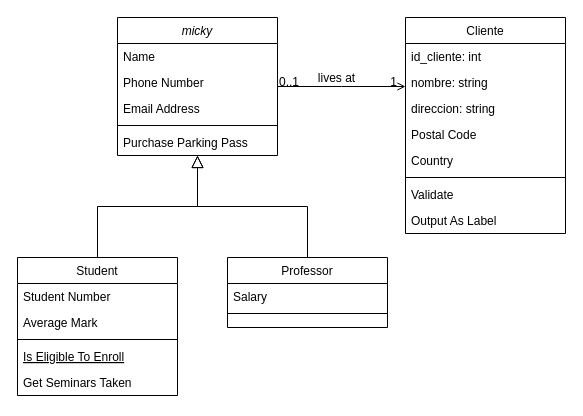
The draw.io diagram Documents/Diagrama sin título.drawio in KevinAlvarezD/RestAdmin, before the edit. Source tidied: cells renumbered, new cells numbered last; positions are measured from the earlier drawing's top-left corner, leaving out a move shared by most shapes. Both pictures are drawn from the tidied source at 100%, with x=0, y=0 at pixel (17, 17).
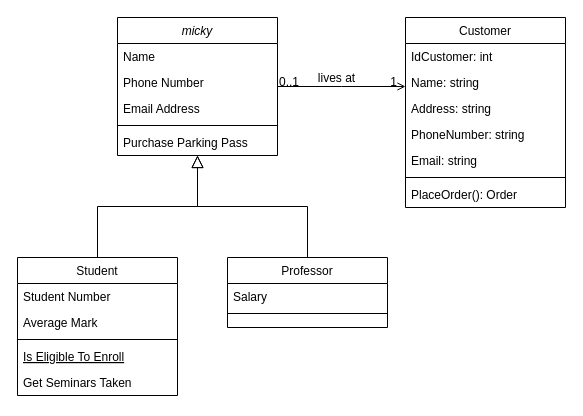
The same diagram, later.

What changed in the source:
```diff
@@
-    <mxCell id="19" value="Cliente&#10;" style="swimlane;fontStyle=0;align=center;verticalAlign=top;horizontal=1;startSize=26;rounded=0;shadow=0;strokeWidth=1;" parent="1" vertex="1">
-      <mxGeometry x="388" width="160" height="216" as="geometry" />
+    <mxCell id="19" value="Customer" style="swimlane;fontStyle=0;align=center;verticalAlign=top;horizontal=1;startSize=26;rounded=0;shadow=0;strokeWidth=1;" parent="1" vertex="1">
+      <mxGeometry x="388" width="160" height="190" as="geometry" />
     </mxCell>
-    <mxCell id="20" value="id_cliente: int" style="text;align=left;verticalAlign=top;spacingLeft=4;spacingRight=4;overflow=hidden;" parent="19" vertex="1">
+    <mxCell id="20" value="IdCustomer: int" style="text;align=left;verticalAlign=top;spacingLeft=4;spacingRight=4;overflow=hidden;" parent="19" vertex="1">
       <mxGeometry y="26" width="160" height="26" as="geometry" />
     </mxCell>
-    <mxCell id="21" value="nombre: string" style="text;align=left;verticalAlign=top;spacingLeft=4;spacingRight=4;overflow=hidden;rounded=0;shadow=0;html=0;" parent="19" vertex="1">
+    <mxCell id="21" value="Name: string" style="text;align=left;verticalAlign=top;spacingLeft=4;spacingRight=4;overflow=hidden;rounded=0;shadow=0;html=0;" parent="19" vertex="1">
       <mxGeometry y="52" width="160" height="26" as="geometry" />
     </mxCell>
-    <mxCell id="22" value="direccion: string" style="text;align=left;verticalAlign=top;spacingLeft=4;spacingRight=4;overflow=hidden;rounded=0;shadow=0;html=0;" parent="19" vertex="1">
+    <mxCell id="22" value="Address: string" style="text;align=left;verticalAlign=top;spacingLeft=4;spacingRight=4;overflow=hidden;rounded=0;shadow=0;html=0;" parent="19" vertex="1">
       <mxGeometry y="78" width="160" height="26" as="geometry" />
     </mxCell>
-    <mxCell id="23" value="Postal Code" style="text;align=left;verticalAlign=top;spacingLeft=4;spacingRight=4;overflow=hidden;rounded=0;shadow=0;html=0;" parent="19" vertex="1">
-      <mxGeometry y="104" width="160" height="26" as="geometry" />
-    </mxCell>
-    <mxCell id="24" value="Country" style="text;align=left;verticalAlign=top;spacingLeft=4;spacingRight=4;overflow=hidden;rounded=0;shadow=0;html=0;" parent="19" vertex="1">
-      <mxGeometry y="130" width="160" height="26" as="geometry" />
+    <mxCell id="24" value="PhoneNumber: string" style="text;align=left;verticalAlign=top;spacingLeft=4;spacingRight=4;overflow=hidden;rounded=0;shadow=0;html=0;" parent="19" vertex="1">
+      <mxGeometry y="104" width="160" height="26" as="geometry" />
     </mxCell>
+    <mxCell id="32" value="Email: string" style="text;align=left;verticalAlign=top;spacingLeft=4;spacingRight=4;overflow=hidden;rounded=0;shadow=0;html=0;" parent="19" vertex="1">
+      <mxGeometry y="130" width="160" height="26" as="geometry" />
+    </mxCell>
@@
-    <mxCell id="26" value="Validate" style="text;align=left;verticalAlign=top;spacingLeft=4;spacingRight=4;overflow=hidden;" parent="19" vertex="1">
-      <mxGeometry y="164" width="160" height="26" as="geometry" />
-    </mxCell>
-    <mxCell id="27" value="Output As Label" style="text;align=left;verticalAlign=top;spacingLeft=4;spacingRight=4;overflow=hidden;" parent="19" vertex="1">
-      <mxGeometry y="190" width="160" height="26" as="geometry" />
+    <mxCell id="27" value="PlaceOrder(): Order" style="text;align=left;verticalAlign=top;spacingLeft=4;spacingRight=4;overflow=hidden;" parent="19" vertex="1">
+      <mxGeometry y="164" width="160" height="26" as="geometry" />
     </mxCell>
```
